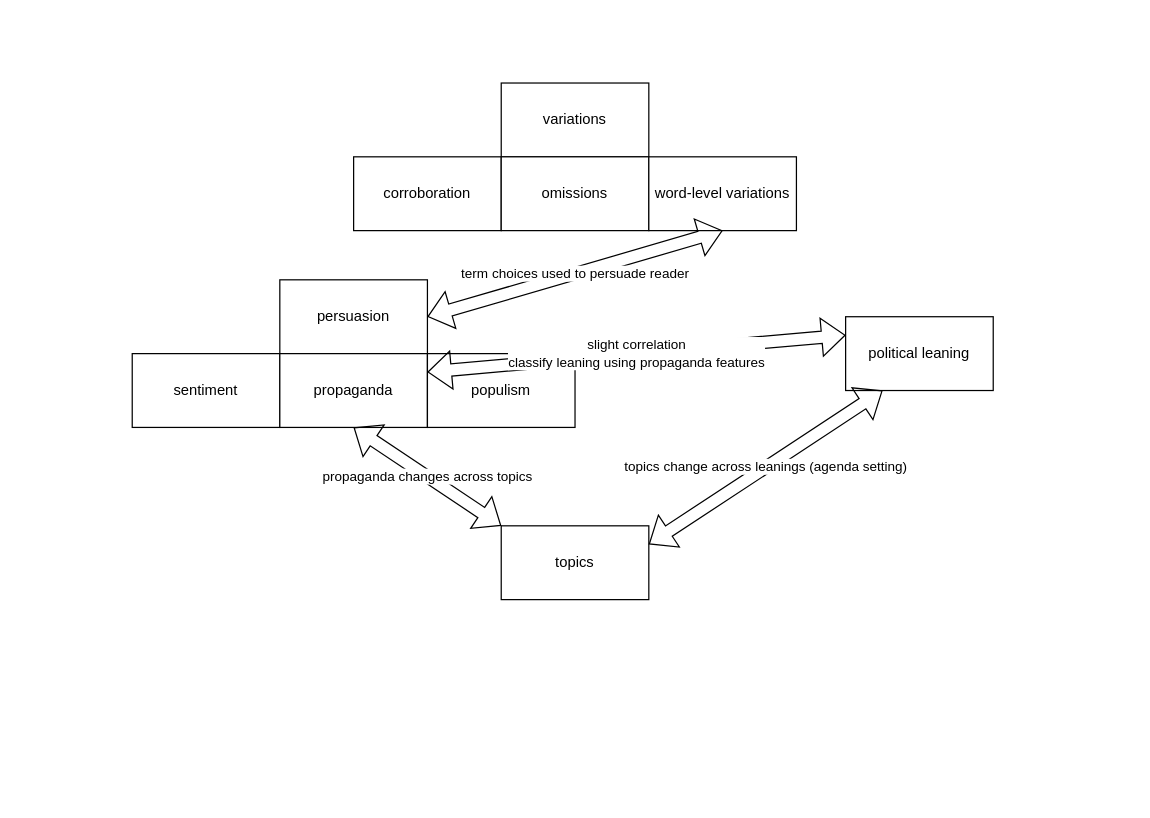
The draw.io diagram relationships.drawio in MartinoMensio/phd-thesis, before the edit. Source tidied: cells renumbered, new cells numbered last; positions are measured from the earlier drawing's top-left corner, leaving out a move shared by most shapes. Both pictures are drawn from the tidied source at 123%, with x=0, y=0 at pixel (132, 82).
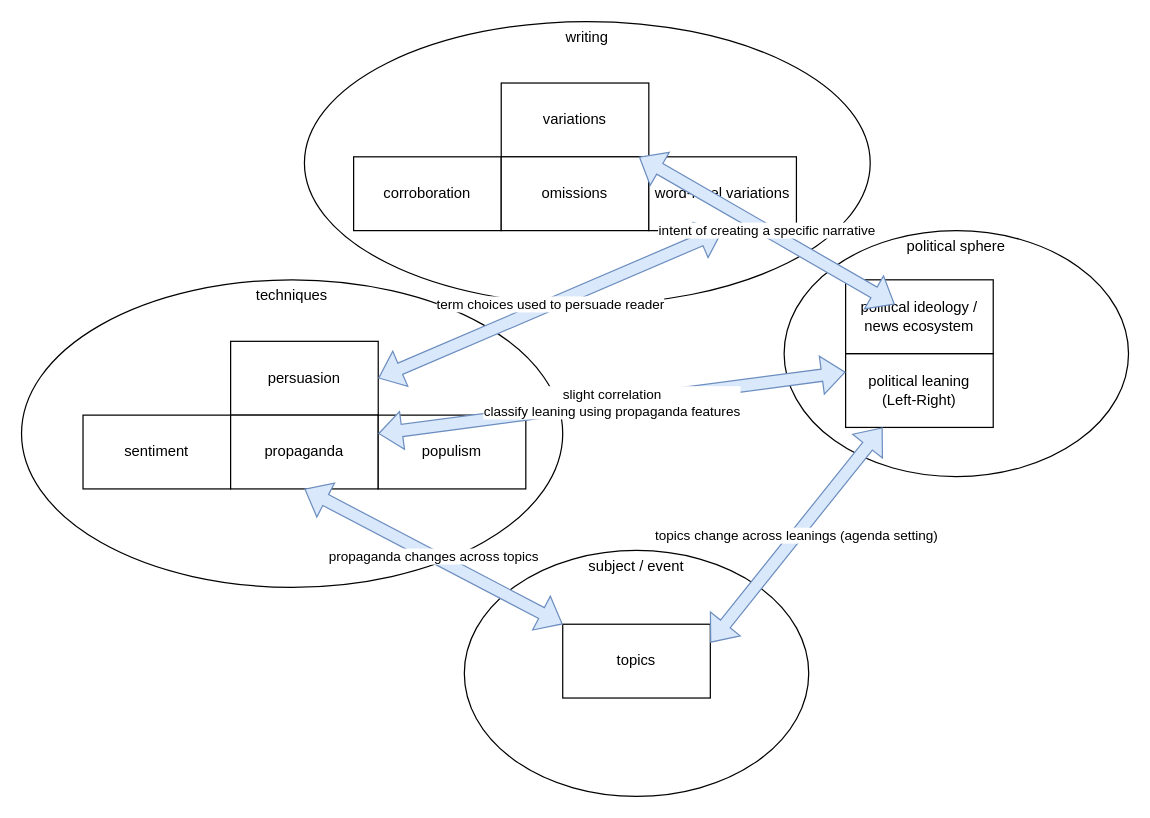
The same page after the edit.

Commit message:
correction 2: updated diagram

The change refers to these unchanged cells:
```xml
<mxCell id="3" value="variations" style="rounded=0;whiteSpace=wrap;html=1;" parent="1" vertex="1">
  <mxGeometry x="300" width="120" height="60" as="geometry" />
</mxCell>
<mxCell id="8" value="word-level variations" style="rounded=0;whiteSpace=wrap;html=1;" parent="1" vertex="1">
  <mxGeometry x="420" y="60" width="120" height="60" as="geometry" />
</mxCell>
```

Diff of the diagram source:
```diff
@@
+    <mxCell id="16" value="subject / event" style="ellipse;whiteSpace=wrap;html=1;labelPosition=center;verticalLabelPosition=top;align=center;verticalAlign=bottom;spacingTop=0;spacing=-20;" parent="1" vertex="1">
+      <mxGeometry x="270" y="380" width="280" height="200" as="geometry" />
+    </mxCell>
+    <mxCell id="17" value="writing" style="ellipse;whiteSpace=wrap;html=1;labelPosition=center;verticalLabelPosition=top;align=center;verticalAlign=bottom;spacingTop=0;spacing=-20;" parent="1" vertex="1">
+      <mxGeometry x="140" y="-50" width="460" height="230" as="geometry" />
+    </mxCell>
+    <mxCell id="18" value="techniques" style="ellipse;whiteSpace=wrap;html=1;labelPosition=center;verticalLabelPosition=top;align=center;verticalAlign=bottom;spacingTop=0;spacing=-20;" parent="1" vertex="1">
+      <mxGeometry x="-90" y="160" width="440" height="250" as="geometry" />
+    </mxCell>
+    <mxCell id="19" value="political sphere" style="ellipse;whiteSpace=wrap;html=1;labelPosition=center;verticalLabelPosition=top;align=center;verticalAlign=bottom;spacingTop=0;spacing=-20;" parent="1" vertex="1">
+      <mxGeometry x="530" y="120" width="280" height="200" as="geometry" />
+    </mxCell>
     <mxCell id="2" value="persuasion" style="rounded=0;whiteSpace=wrap;html=1;" parent="1" vertex="1">
-      <mxGeometry x="120" y="160" width="120" height="60" as="geometry" />
+      <mxGeometry x="80" y="210" width="120" height="60" as="geometry" />
     </mxCell>
@@
-    <mxCell id="4" value="political leaning" style="rounded=0;whiteSpace=wrap;html=1;" parent="1" vertex="1">
-      <mxGeometry x="580" y="190" width="120" height="60" as="geometry" />
+    <mxCell id="4" value="political leaning&lt;div&gt;(Left-Right)&lt;/div&gt;" style="rounded=0;whiteSpace=wrap;html=1;" parent="1" vertex="1">
+      <mxGeometry x="580" y="220" width="120" height="60" as="geometry" />
     </mxCell>
     <mxCell id="5" value="topics" style="rounded=0;whiteSpace=wrap;html=1;" parent="1" vertex="1">
-      <mxGeometry x="300" y="360" width="120" height="60" as="geometry" />
+      <mxGeometry x="350" y="440" width="120" height="60" as="geometry" />
     </mxCell>
@@
     <mxCell id="9" value="sentiment" style="rounded=0;whiteSpace=wrap;html=1;" parent="1" vertex="1">
-      <mxGeometry y="220" width="120" height="60" as="geometry" />
+      <mxGeometry x="-40" y="270" width="120" height="60" as="geometry" />
     </mxCell>
     <mxCell id="10" value="propaganda" style="rounded=0;whiteSpace=wrap;html=1;" parent="1" vertex="1">
-      <mxGeometry x="120" y="220" width="120" height="60" as="geometry" />
+      <mxGeometry x="80" y="270" width="120" height="60" as="geometry" />
     </mxCell>
     <mxCell id="11" value="populism" style="rounded=0;whiteSpace=wrap;html=1;" parent="1" vertex="1">
-      <mxGeometry x="240" y="220" width="120" height="60" as="geometry" />
+      <mxGeometry x="200" y="270" width="120" height="60" as="geometry" />
     </mxCell>
-    <mxCell id="12" value="term choices used to persuade reader" style="shape=flexArrow;endArrow=classic;startArrow=classic;html=1;rounded=0;exitX=1;exitY=0.5;exitDx=0;exitDy=0;entryX=0.5;entryY=1;entryDx=0;entryDy=0;" parent="1" edge="1" source="2" target="8">
+    <mxCell id="12" value="term choices used to persuade reader" style="shape=flexArrow;endArrow=classic;startArrow=classic;html=1;rounded=0;exitX=1;exitY=0.5;exitDx=0;exitDy=0;entryX=0.5;entryY=1;entryDx=0;entryDy=0;fillColor=#dae8fc;strokeColor=#6c8ebf;" parent="1" edge="1" source="2" target="8">
       <mxGeometry relative="1" as="geometry" />
     </mxCell>
-    <mxCell id="13" value="slight correlation&lt;div&gt;classify leaning using propaganda features&lt;/div&gt;" style="shape=flexArrow;endArrow=classic;startArrow=classic;html=1;rounded=0;exitX=0;exitY=0.25;exitDx=0;exitDy=0;entryX=0;entryY=0.25;entryDx=0;entryDy=0;" parent="1" edge="1" source="11" target="4">
+    <mxCell id="13" value="slight correlation&lt;div&gt;classify leaning using propaganda features&lt;/div&gt;" style="shape=flexArrow;endArrow=classic;startArrow=classic;html=1;rounded=0;exitX=0;exitY=0.25;exitDx=0;exitDy=0;entryX=0;entryY=0.25;entryDx=0;entryDy=0;fillColor=#dae8fc;strokeColor=#6c8ebf;" parent="1" edge="1" source="11" target="4">
       <mxGeometry relative="1" as="geometry" />
     </mxCell>
-    <mxCell id="14" value="propaganda changes across topics" style="shape=flexArrow;endArrow=classic;startArrow=classic;html=1;rounded=0;exitX=0.5;exitY=1;exitDx=0;exitDy=0;entryX=0;entryY=0;entryDx=0;entryDy=0;" parent="1" edge="1" source="10" target="5">
+    <mxCell id="14" value="propaganda changes across topics" style="shape=flexArrow;endArrow=classic;startArrow=classic;html=1;rounded=0;exitX=0.5;exitY=1;exitDx=0;exitDy=0;entryX=0;entryY=0;entryDx=0;entryDy=0;fillColor=#dae8fc;strokeColor=#6c8ebf;" parent="1" edge="1" source="10" target="5">
       <mxGeometry relative="1" as="geometry" />
     </mxCell>
-    <mxCell id="15" value="topics change across leanings (agenda setting)" style="shape=flexArrow;endArrow=classic;startArrow=classic;html=1;rounded=0;exitX=1;exitY=0.25;exitDx=0;exitDy=0;entryX=0.25;entryY=1;entryDx=0;entryDy=0;" parent="1" edge="1" source="5" target="4">
+    <mxCell id="15" value="topics change across leanings (agenda setting)" style="shape=flexArrow;endArrow=classic;startArrow=classic;html=1;rounded=0;exitX=1;exitY=0.25;exitDx=0;exitDy=0;entryX=0.25;entryY=1;entryDx=0;entryDy=0;fillColor=#dae8fc;strokeColor=#6c8ebf;" parent="1" edge="1" source="5" target="4">
       <mxGeometry relative="1" as="geometry" />
     </mxCell>
+    <mxCell id="20" value="political ideology / news ecosystem" style="rounded=0;whiteSpace=wrap;html=1;" parent="1" vertex="1">
+      <mxGeometry x="580" y="160" width="120" height="60" as="geometry" />
+    </mxCell>
+    <mxCell id="21" value="intent of creating a specific narrative" style="shape=flexArrow;endArrow=classic;startArrow=classic;html=1;rounded=0;entryX=0.333;entryY=0.333;entryDx=0;entryDy=0;fillColor=#dae8fc;strokeColor=#6c8ebf;entryPerimeter=0;" parent="1" edge="1" source="3" target="20">
+      <mxGeometry relative="1" as="geometry" />
+    </mxCell>
```
